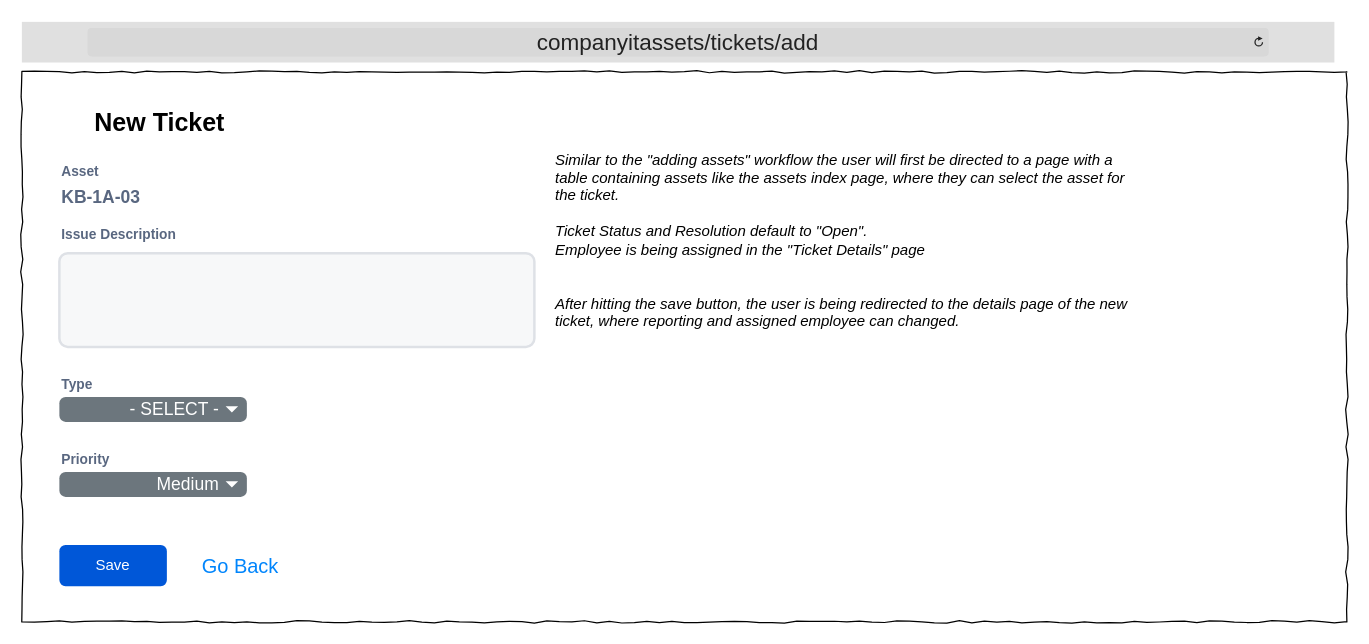
The draw.io diagram Wireframes/ITAT_Tickets_Add.drawio in TRed91/ITAssetTracking, before the edit. Source tidied: cells renumbered, new cells numbered last; positions are measured from the earlier drawing's top-left corner, leaving out a move shared by most shapes. Both pictures are drawn from the tidied source at 125%, with x=0, y=0 at pixel (21, 21).
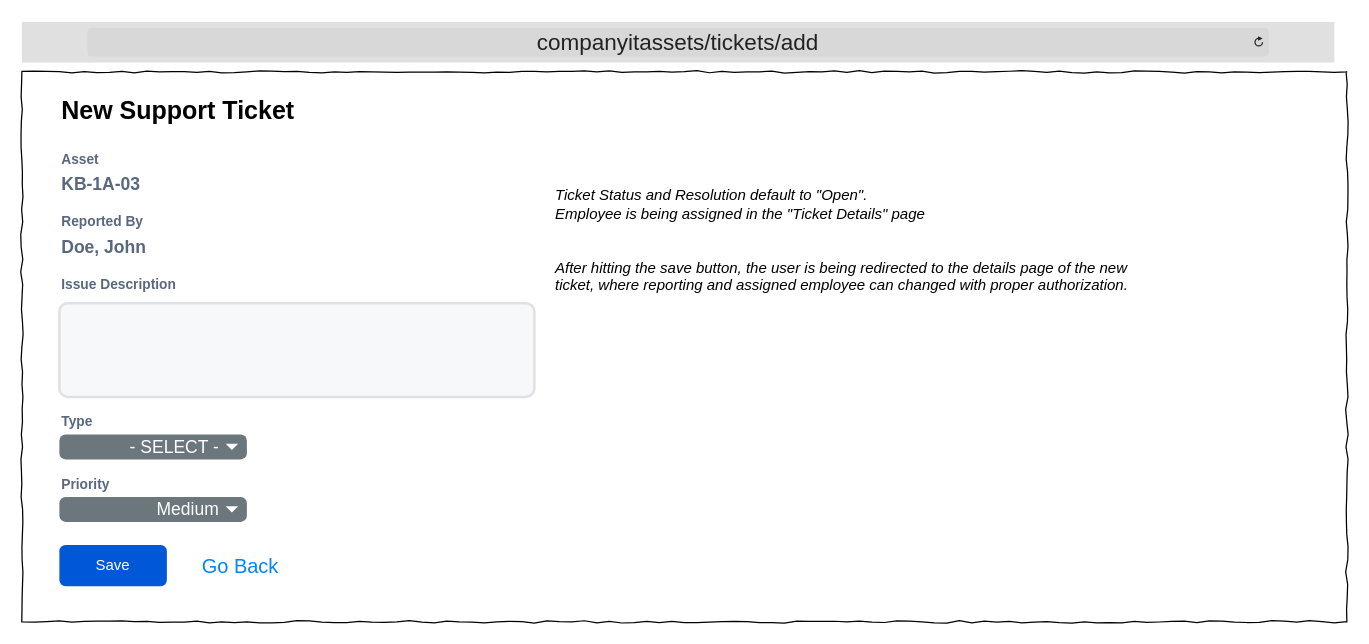
The same diagram, later.

Diff of the diagram source:
```diff
@@
-    <mxCell id="5" value="&lt;font style=&quot;font-size: 20px;&quot;&gt;New Ticket&lt;/font&gt;" style="text;strokeColor=none;fillColor=none;html=1;fontSize=24;fontStyle=1;verticalAlign=middle;align=center;" parent="1" vertex="1">
-      <mxGeometry x="30" y="60" width="160" height="40" as="geometry" />
+    <mxCell id="5" value="&lt;font style=&quot;font-size: 20px;&quot;&gt;New Support Ticket&lt;/font&gt;" style="text;strokeColor=none;fillColor=none;html=1;fontSize=24;fontStyle=1;verticalAlign=middle;align=left;" parent="1" vertex="1">
+      <mxGeometry x="30" y="50" width="160" height="40" as="geometry" />
     </mxCell>
@@
     <mxCell id="7" value="Asset" style="fillColor=none;strokeColor=none;html=1;fontSize=11;fontStyle=0;align=left;fontColor=#596780;fontStyle=1;fontSize=11;" parent="1" vertex="1">
-      <mxGeometry x="30" y="110" width="240" height="20" as="geometry" />
+      <mxGeometry x="30" y="100" width="240" height="20" as="geometry" />
     </mxCell>
     <mxCell id="8" value="Issue Description" style="fillColor=none;strokeColor=none;html=1;fontSize=11;fontStyle=0;align=left;fontColor=#596780;fontStyle=1;fontSize=11;" parent="1" vertex="1">
-      <mxGeometry x="30" y="160" width="240" height="20" as="geometry" />
+      <mxGeometry x="30" y="200" width="240" height="20" as="geometry" />
     </mxCell>
     <mxCell id="9" style="rounded=1;arcSize=9;fillColor=#F7F8F9;align=left;spacingLeft=5;strokeColor=#DEE1E6;html=1;strokeWidth=2;fontSize=12;" parent="1" vertex="1">
-      <mxGeometry x="30" y="185" width="380" height="75" as="geometry" />
+      <mxGeometry x="30" y="225" width="380" height="75" as="geometry" />
     </mxCell>
-    <mxCell id="10" value="&lt;div&gt;&lt;i&gt;Similar to the &quot;adding assets&quot; workflow the user will first be directed to a page with a table containing assets like the assets index page, where they can select the asset for the ticket.&lt;/i&gt;&lt;/div&gt;&lt;div&gt;&lt;i&gt;&amp;nbsp;&lt;/i&gt;&lt;/div&gt;&lt;i&gt;Ticket Status and Resolution default to &quot;Open&quot;.&lt;/i&gt;&lt;div&gt;&lt;i&gt;Employee is being assigned in the &quot;Ticket Details&quot; page&lt;/i&gt;&lt;/div&gt;&lt;div&gt;&lt;i&gt;&lt;br&gt;&lt;/i&gt;&lt;/div&gt;&lt;div&gt;&lt;i&gt;&lt;br&gt;&lt;/i&gt;&lt;div&gt;&lt;i&gt;After hitting the save button, the user is being redirected to the details page of the new ticket, where reporting and assigned employee can changed.&lt;/i&gt;&lt;/div&gt;&lt;/div&gt;" style="text;html=1;strokeColor=none;fillColor=none;align=left;verticalAlign=middle;whiteSpace=wrap;rounded=0;fontColor=light-dark(#000000,#7D7D7D);" parent="1" vertex="1">
+    <mxCell id="10" value="&lt;div&gt;&lt;i style=&quot;background-color: transparent; color: light-dark(rgb(0, 0, 0), rgb(125, 125, 125));&quot;&gt;Ticket Status and Resolution default to &quot;Open&quot;.&lt;/i&gt;&lt;/div&gt;&lt;div&gt;&lt;i&gt;Employee is being assigned in the &quot;Ticket Details&quot; page&lt;/i&gt;&lt;/div&gt;&lt;div&gt;&lt;i&gt;&lt;br&gt;&lt;/i&gt;&lt;/div&gt;&lt;div&gt;&lt;i&gt;&lt;br&gt;&lt;/i&gt;&lt;div&gt;&lt;i&gt;After hitting the save button, the user is being redirected to the details page of the new ticket, where reporting and assigned employee can changed with proper authorization.&lt;/i&gt;&lt;/div&gt;&lt;/div&gt;" style="text;html=1;strokeColor=none;fillColor=none;align=left;verticalAlign=middle;whiteSpace=wrap;rounded=0;fontColor=light-dark(#000000,#7D7D7D);" parent="1" vertex="1">
       <mxGeometry x="425" y="60" width="465" height="230" as="geometry" />
     </mxCell>
     <mxCell id="11" value="&lt;font style=&quot;font-size: 14px;&quot;&gt;KB-1A-03&lt;/font&gt;" style="fillColor=none;strokeColor=none;html=1;fontSize=11;fontStyle=0;align=left;fontColor=#596780;fontStyle=1;fontSize=11;" parent="1" vertex="1">
-      <mxGeometry x="30" y="130" width="240" height="20" as="geometry" />
+      <mxGeometry x="30" y="120" width="240" height="20" as="geometry" />
     </mxCell>
     <mxCell id="12" value="Type" style="fillColor=none;strokeColor=none;html=1;fontSize=11;fontStyle=0;align=left;fontColor=#596780;fontStyle=1;fontSize=11;" parent="1" vertex="1">
-      <mxGeometry x="30" y="280" width="240" height="20" as="geometry" />
+      <mxGeometry x="30" y="310" width="240" height="20" as="geometry" />
     </mxCell>
     <mxCell id="13" value="- SELECT -" style="html=1;shadow=0;dashed=0;shape=mxgraph.bootstrap.rrect;rSize=5;strokeColor=none;strokeWidth=1;fillColor=#6C767D;fontColor=#ffffff;whiteSpace=wrap;align=right;verticalAlign=middle;fontStyle=0;fontSize=14;spacingRight=20;" parent="1" vertex="1">
-      <mxGeometry x="30" y="300" width="150" height="20" as="geometry" />
+      <mxGeometry x="30" y="330" width="150" height="20" as="geometry" />
     </mxCell>
@@
     <mxCell id="15" value="Priority" style="fillColor=none;strokeColor=none;html=1;fontSize=11;fontStyle=0;align=left;fontColor=#596780;fontStyle=1;fontSize=11;" parent="1" vertex="1">
-      <mxGeometry x="30" y="340" width="240" height="20" as="geometry" />
+      <mxGeometry x="30" y="360" width="240" height="20" as="geometry" />
     </mxCell>
     <mxCell id="16" value="Medium" style="html=1;shadow=0;dashed=0;shape=mxgraph.bootstrap.rrect;rSize=5;strokeColor=none;strokeWidth=1;fillColor=#6C767D;fontColor=#ffffff;whiteSpace=wrap;align=right;verticalAlign=middle;fontStyle=0;fontSize=14;spacingRight=20;" parent="1" vertex="1">
-      <mxGeometry x="30" y="360" width="150" height="20" as="geometry" />
+      <mxGeometry x="30" y="380" width="150" height="20" as="geometry" />
     </mxCell>
@@
+    <mxCell id="18" value="Reported By" style="fillColor=none;strokeColor=none;html=1;fontSize=11;fontStyle=0;align=left;fontColor=#596780;fontStyle=1;fontSize=11;" parent="1" vertex="1">
+      <mxGeometry x="30" y="150" width="240" height="20" as="geometry" />
+    </mxCell>
+    <mxCell id="19" value="&lt;font style=&quot;font-size: 14px;&quot;&gt;Doe, John&lt;/font&gt;" style="fillColor=none;strokeColor=none;html=1;fontSize=11;fontStyle=0;align=left;fontColor=#596780;fontStyle=1;fontSize=11;" parent="1" vertex="1">
+      <mxGeometry x="30" y="170" width="240" height="20" as="geometry" />
+    </mxCell>
```
